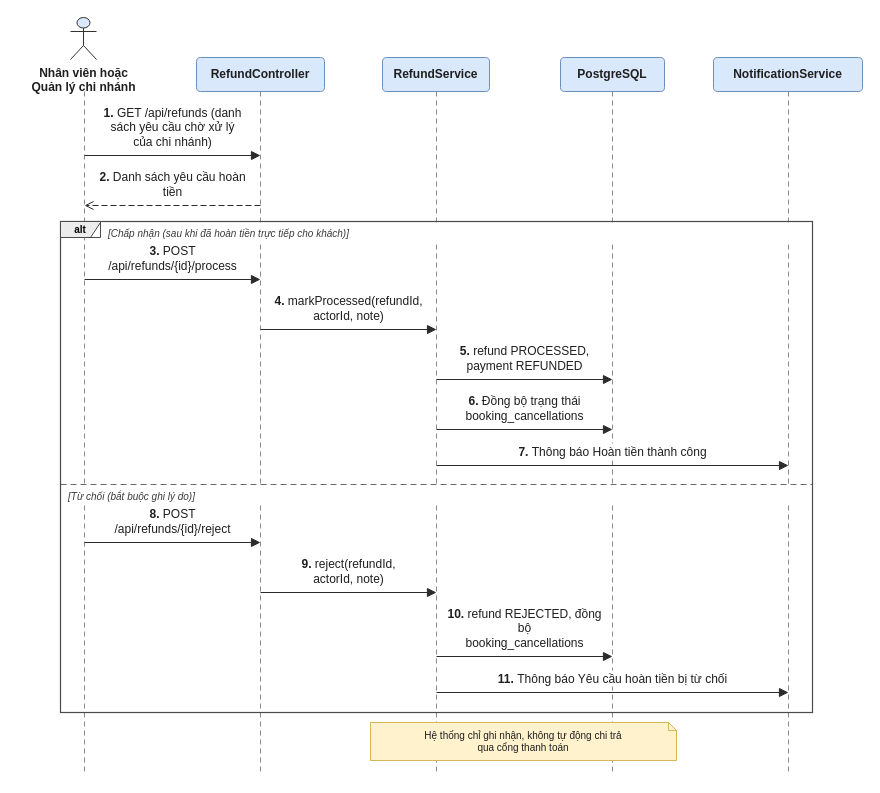
The draw.io diagram page "Duyệt hoặc từ chối hoàn tiền" (8 of 14) of report/DATN/Images/Chuong6/cospace-sequence.drawio in cospace-team/DATN_CoSpace, before the edit. Source tidied: cells renumbered, new cells numbered last; positions are measured from the earlier drawing's top-left corner, leaving out a move shared by most shapes. Both pictures are drawn from the tidied source at 100%, with x=0, y=0 at pixel (60, 17).
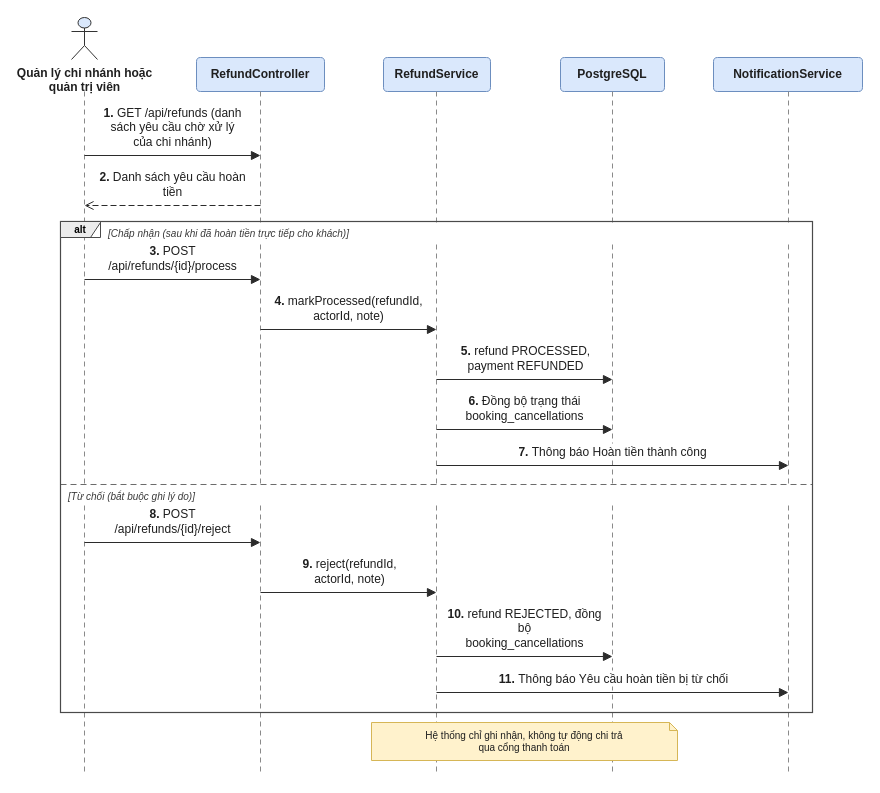
The same diagram, later.

The edit, as a diff of the source:
```diff
@@
-    <mxCell id="2" value="Nhân viên hoặc&lt;br&gt;Quản lý chi nhánh" style="shape=umlActor;verticalLabelPosition=bottom;verticalAlign=top;html=1;fontSize=12;fontStyle=1;fillColor=#dae8fc;strokeColor=#333333;fontColor=#1f1f1f;" parent="1" vertex="1">
-      <mxGeometry x="10" width="26" height="42" as="geometry" />
+    <mxCell id="2" value="Quản lý chi nhánh hoặc&lt;br&gt;quản trị viên" style="shape=umlActor;verticalLabelPosition=bottom;verticalAlign=top;html=1;fontSize=12;fontStyle=1;fillColor=#dae8fc;strokeColor=#333333;fontColor=#1f1f1f;" parent="1" vertex="1">
+      <mxGeometry x="11" width="26" height="42" as="geometry" />
     </mxCell>
@@
     <mxCell id="6" value="RefundService" style="rounded=1;whiteSpace=wrap;html=1;fontSize=12;fontStyle=1;fillColor=#dae8fc;strokeColor=#6c8ebf;fontColor=#1f1f1f;arcSize=12;" parent="1" vertex="1">
-      <mxGeometry x="322" y="40" width="107" height="34" as="geometry" />
+      <mxGeometry x="323" y="40" width="107" height="34" as="geometry" />
     </mxCell>
@@
     <mxCell id="21" value="&lt;b&gt;5. &lt;/b&gt;refund PROCESSED,&lt;br&gt;payment REFUNDED" style="text;html=1;align=center;verticalAlign=bottom;whiteSpace=nowrap;fontSize=12;fillColor=#ffffff;strokeColor=none;spacing=0;spacingLeft=2;spacingRight=2;spacingTop=0;spacingBottom=0;fontColor=#1f1f1f;overflow=visible;" parent="1" vertex="1">
-      <mxGeometry x="388" y="326" width="151" height="30" as="geometry" />
+      <mxGeometry x="389" y="326" width="151" height="30" as="geometry" />
     </mxCell>
@@
     <mxCell id="31" value="&lt;b&gt;9. &lt;/b&gt;reject(refundId,&lt;br&gt;actorId, note)" style="text;html=1;align=center;verticalAlign=bottom;whiteSpace=nowrap;fontSize=12;fillColor=#ffffff;strokeColor=none;spacing=0;spacingLeft=2;spacingRight=2;spacingTop=0;spacingBottom=0;fontColor=#1f1f1f;overflow=visible;" parent="1" vertex="1">
-      <mxGeometry x="215" y="539" width="145" height="30" as="geometry" />
+      <mxGeometry x="216" y="539" width="145" height="30" as="geometry" />
     </mxCell>
@@
     <mxCell id="35" value="&lt;b&gt;11. &lt;/b&gt;Thông báo Yêu cầu hoàn tiền bị từ chối" style="text;html=1;align=center;verticalAlign=bottom;whiteSpace=nowrap;fontSize=12;fillColor=#ffffff;strokeColor=none;spacing=0;spacingLeft=2;spacingRight=2;spacingTop=0;spacingBottom=0;fontColor=#1f1f1f;overflow=visible;" parent="1" vertex="1">
-      <mxGeometry x="406" y="653" width="291" height="16" as="geometry" />
+      <mxGeometry x="407" y="653" width="291" height="16" as="geometry" />
     </mxCell>
@@
     <mxCell id="39" value="Hệ thống chỉ ghi nhận, không tự động chi trả&lt;br&gt;qua cổng thanh toán" style="shape=note;size=8;whiteSpace=wrap;html=1;align=center;verticalAlign=middle;fontSize=10;fillColor=#fff2cc;strokeColor=#d6b656;fontColor=#1f1f1f;spacing=3;" parent="1" vertex="1">
-      <mxGeometry x="310" y="705" width="306" height="38" as="geometry" />
+      <mxGeometry x="311" y="705" width="306" height="38" as="geometry" />
     </mxCell>
```
